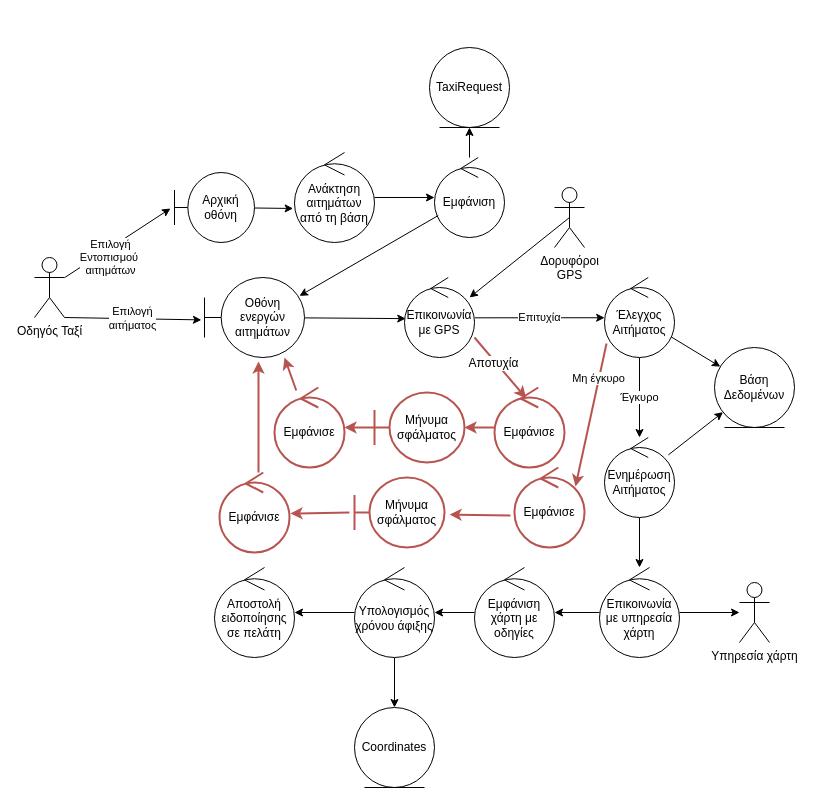
The draw.io diagram Part_2/Robustness/diagrams/08_Αποδοχή_Αιτήματος_Ταξί.drawio in Nikolis2002/texnoligia_logismikou, before the edit. Source tidied: cells renumbered, new cells numbered last; positions are measured from the earlier drawing's top-left corner, leaving out a move shared by most shapes. Both pictures are drawn from the tidied source at 100%, with x=0, y=0 at pixel (34, 47).
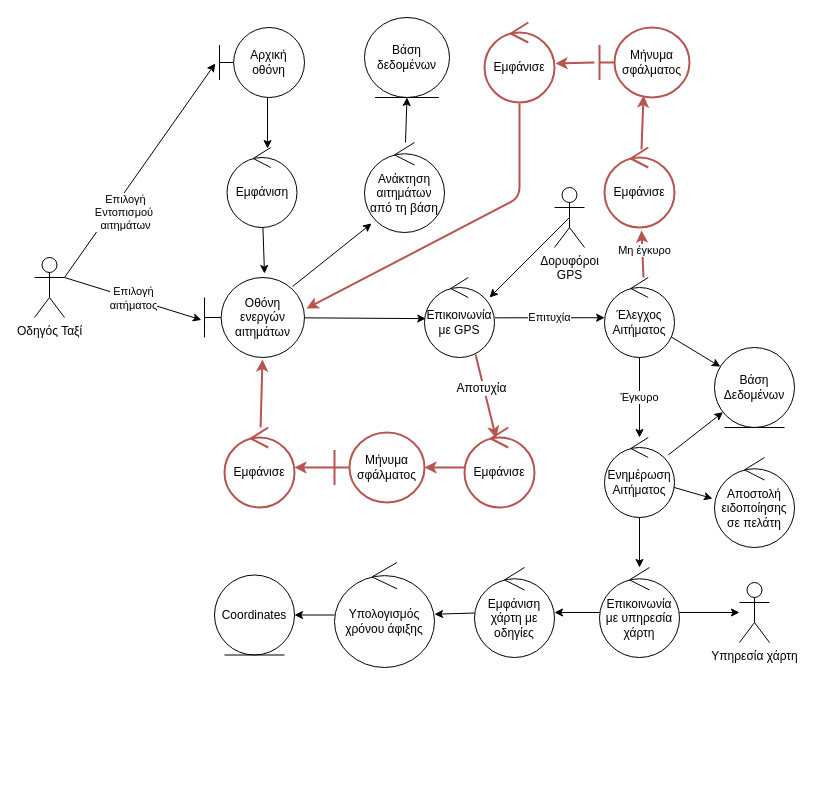
The same diagram, later.

Unchanged cells that the change refers to:
```xml
<mxCell id="5" value="Οδηγός Ταξί" style="shape=umlActor;verticalLabelPosition=bottom;verticalAlign=top;html=1;" parent="1" vertex="1">
  <mxGeometry y="210" width="30" height="60" as="geometry" />
</mxCell>
<mxCell id="7" value="Οθόνη ενεργών αιτημάτων" style="shape=umlBoundary;whiteSpace=wrap;html=1;" parent="1" vertex="1">
  <mxGeometry x="170" y="230" width="100" height="80" as="geometry" />
</mxCell>
<mxCell id="11" value="Έλεγχος Αιτήματος" style="ellipse;shape=umlControl;whiteSpace=wrap;html=1;" parent="1" vertex="1">
  <mxGeometry x="570" y="230" width="70" height="80" as="geometry" />
</mxCell>
<mxCell id="15" value="Ενημέρωση Αιτήματος" style="ellipse;shape=umlControl;whiteSpace=wrap;html=1;" parent="1" vertex="1">
  <mxGeometry x="570" y="390" width="70" height="80" as="geometry" />
</mxCell>
```

Change to the diagram source:
```diff
@@
-    <mxCell id="2" style="edgeStyle=none;html=1;entryX=-0.05;entryY=0.514;entryDx=0;entryDy=0;entryPerimeter=0;" parent="1" edge="1" source="5" target="21">
+    <mxCell id="2" style="edgeStyle=none;html=1;entryX=-0.05;entryY=0.514;entryDx=0;entryDy=0;entryPerimeter=0;exitX=1;exitY=0.3333333333333333;exitDx=0;exitDy=0;exitPerimeter=0;" parent="1" edge="1" source="5" target="21">
       <mxGeometry relative="1" as="geometry" />
     </mxCell>
@@
-    <mxCell id="4" value="Επιλογή&lt;br&gt;αιτήματος" style="edgeStyle=none;html=1;exitX=1;exitY=1;exitDx=0;exitDy=0;exitPerimeter=0;entryX=-0.031;entryY=0.53;entryDx=0;entryDy=0;entryPerimeter=0;" parent="1" edge="1" source="5" target="7">
+    <mxCell id="4" value="Επιλογή&lt;br&gt;αιτήματος" style="edgeStyle=none;html=1;exitX=1;exitY=0.3333333333333333;exitDx=0;exitDy=0;exitPerimeter=0;entryX=-0.031;entryY=0.53;entryDx=0;entryDy=0;entryPerimeter=0;" parent="1" edge="1" source="5" target="7">
       <mxGeometry relative="1" as="geometry" />
     </mxCell>
@@
+    <mxCell id="53" style="edgeStyle=none;html=1;entryX=0.088;entryY=0.9;entryDx=0;entryDy=0;entryPerimeter=0;exitX=0.88;exitY=0.113;exitDx=0;exitDy=0;exitPerimeter=0;" parent="1" edge="1" source="7" target="52">
+      <mxGeometry relative="1" as="geometry" />
+    </mxCell>
@@
+    <mxCell id="54" style="edgeStyle=none;html=1;entryX=-0.025;entryY=0.456;entryDx=0;entryDy=0;entryPerimeter=0;" parent="1" edge="1" source="15" target="50">
+      <mxGeometry relative="1" as="geometry" />
+    </mxCell>
@@
-    <mxCell id="16" style="edgeStyle=none;html=1;entryX=0.5;entryY=1;entryDx=0;entryDy=0;" parent="1" edge="1" source="17" target="23">
-      <mxGeometry relative="1" as="geometry" />
-    </mxCell>
     <mxCell id="17" value="Εμφάνιση" style="ellipse;shape=umlControl;whiteSpace=wrap;html=1;" parent="1" vertex="1">
-      <mxGeometry x="400" y="110" width="70" height="80" as="geometry" />
+      <mxGeometry x="192.5" y="100" width="70" height="80" as="geometry" />
     </mxCell>
@@
-    <mxCell id="20" style="edgeStyle=none;html=1;entryX=-0.017;entryY=0.622;entryDx=0;entryDy=0;entryPerimeter=0;" parent="1" edge="1" source="21" target="52">
-      <mxGeometry relative="1" as="geometry" />
-    </mxCell>
+    <mxCell id="55" style="edgeStyle=none;html=1;entryX=0.579;entryY=0.013;entryDx=0;entryDy=0;entryPerimeter=0;exitX=0.565;exitY=1;exitDx=0;exitDy=0;exitPerimeter=0;" parent="1" edge="1" source="21" target="17">
+      <mxGeometry relative="1" as="geometry" />
+    </mxCell>
     <mxCell id="21" value="Αρχική οθόνη" style="shape=umlBoundary;whiteSpace=wrap;html=1;" parent="1" vertex="1">
-      <mxGeometry x="140" y="125" width="80" height="70" as="geometry" />
+      <mxGeometry x="185" y="-20" width="85" height="70" as="geometry" />
     </mxCell>
-    <mxCell id="22" style="edgeStyle=none;html=1;entryX=0.95;entryY=0.23;entryDx=0;entryDy=0;entryPerimeter=0;" parent="1" edge="1" source="17" target="7">
+    <mxCell id="22" style="edgeStyle=none;html=1;entryX=0.6;entryY=-0.05;entryDx=0;entryDy=0;entryPerimeter=0;" parent="1" edge="1" source="17" target="7">
       <mxGeometry relative="1" as="geometry" />
     </mxCell>
-    <mxCell id="23" value="TaxiRequest" style="ellipse;shape=umlEntity;whiteSpace=wrap;html=1;" parent="1" vertex="1">
-      <mxGeometry x="395" width="80" height="80" as="geometry" />
-    </mxCell>
     <mxCell id="24" value="Επικοινωνία με GPS" style="ellipse;shape=umlControl;whiteSpace=wrap;html=1;" parent="1" vertex="1">
-      <mxGeometry x="370" y="230" width="70" height="80" as="geometry" />
+      <mxGeometry x="390" y="230" width="70" height="80" as="geometry" />
     </mxCell>
-    <mxCell id="25" style="edgeStyle=none;html=1;strokeWidth=2;fontSize=12;fillColor=none;strokeColor=#b85450;exitX=0.029;exitY=0.825;exitDx=0;exitDy=0;exitPerimeter=0;entryX=0.871;entryY=0.238;entryDx=0;entryDy=0;entryPerimeter=0;" parent="1" edge="1" source="11" target="27">
+    <mxCell id="25" style="edgeStyle=none;html=1;strokeWidth=2;fontSize=12;fillColor=none;strokeColor=#b85450;exitX=0.557;exitY=0;exitDx=0;exitDy=0;exitPerimeter=0;entryX=0.529;entryY=1.038;entryDx=0;entryDy=0;entryPerimeter=0;" parent="1" edge="1" source="11" target="27">
       <mxGeometry relative="1" as="geometry" />
     </mxCell>
     <mxCell id="26" value="Μη έγκυρο" style="edgeLabel;html=1;align=center;verticalAlign=middle;" parent="25" vertex="1">
       <mxGeometry x="0.46" y="-3" relative="1" as="geometry">
-        <mxPoint x="17" y="-69" as="offset" />
+        <mxPoint x="-1" y="7" as="offset" />
       </mxGeometry>
     </mxCell>
     <mxCell id="27" value="Εμφάνισε" style="ellipse;shape=umlControl;whiteSpace=wrap;html=1;fillColor=none;strokeColor=#b85450;strokeWidth=2;" parent="1" vertex="1">
-      <mxGeometry x="480" y="420" width="70" height="80" as="geometry" />
+      <mxGeometry x="570" y="100" width="70" height="80" as="geometry" />
     </mxCell>
-    <mxCell id="28" style="edgeStyle=none;html=1;strokeWidth=2;fontSize=12;fillColor=none;strokeColor=#b85450;exitX=-0.057;exitY=0.6;exitDx=0;exitDy=0;exitPerimeter=0;entryX=1.056;entryY=0.529;entryDx=0;entryDy=0;entryPerimeter=0;" parent="1" edge="1" source="27" target="29">
+    <mxCell id="28" style="edgeStyle=none;html=1;strokeWidth=2;fontSize=12;fillColor=none;strokeColor=#b85450;exitX=0.529;exitY=0.025;exitDx=0;exitDy=0;exitPerimeter=0;entryX=0.489;entryY=0.971;entryDx=0;entryDy=0;entryPerimeter=0;" parent="1" edge="1" source="27" target="29">
       <mxGeometry relative="1" as="geometry" />
     </mxCell>
     <mxCell id="29" value="Μήνυμα σφάλματος" style="shape=umlBoundary;whiteSpace=wrap;html=1;fillColor=none;strokeColor=#b85450;strokeWidth=2;" parent="1" vertex="1">
-      <mxGeometry x="320" y="430" width="90" height="70" as="geometry" />
+      <mxGeometry x="565" y="-20" width="90" height="70" as="geometry" />
     </mxCell>
     <mxCell id="30" value="Εμφάνισε" style="ellipse;shape=umlControl;whiteSpace=wrap;html=1;fillColor=none;strokeColor=#b85450;strokeWidth=2;" parent="1" vertex="1">
-      <mxGeometry x="185" y="425" width="70" height="80" as="geometry" />
+      <mxGeometry x="450" y="-25" width="70" height="80" as="geometry" />
     </mxCell>
@@
-    <mxCell id="32" style="edgeStyle=none;html=1;strokeWidth=2;fontSize=12;fillColor=none;strokeColor=#b85450;exitX=0.557;exitY=0;exitDx=0;exitDy=0;exitPerimeter=0;entryX=0.54;entryY=1.05;entryDx=0;entryDy=0;entryPerimeter=0;" parent="1" edge="1" source="30" target="7">
-      <mxGeometry relative="1" as="geometry" />
+    <mxCell id="32" style="edgeStyle=none;html=1;strokeWidth=2;fontSize=12;fillColor=none;strokeColor=#b85450;exitX=0.5;exitY=1.013;exitDx=0;exitDy=0;exitPerimeter=0;entryX=1.02;entryY=0.388;entryDx=0;entryDy=0;entryPerimeter=0;" parent="1" edge="1" source="30" target="7">
+      <mxGeometry relative="1" as="geometry">
+        <Array as="points">
+          <mxPoint x="485" y="150" />
+        </Array>
+      </mxGeometry>
     </mxCell>
-    <mxCell id="33" value="Αποτυχία" style="edgeStyle=none;html=1;strokeWidth=2;fontSize=12;fillColor=none;strokeColor=#b85450;entryX=0.452;entryY=0.134;entryDx=0;entryDy=0;entryPerimeter=0;exitX=1;exitY=0.75;exitDx=0;exitDy=0;exitPerimeter=0;" parent="1" edge="1" source="24" target="35">
+    <mxCell id="33" value="Αποτυχία" style="edgeStyle=none;html=1;strokeWidth=2;fontSize=12;fillColor=none;strokeColor=#b85450;entryX=0.452;entryY=0.134;entryDx=0;entryDy=0;entryPerimeter=0;exitX=0.729;exitY=0.963;exitDx=0;exitDy=0;exitPerimeter=0;" parent="1" edge="1" source="24" target="35">
       <mxGeometry x="-0.2" y="-2" relative="1" as="geometry" />
     </mxCell>
@@
     <mxCell id="35" value="Εμφάνισε" style="ellipse;shape=umlControl;whiteSpace=wrap;html=1;fillColor=none;strokeColor=#b85450;strokeWidth=2;" parent="1" vertex="1">
-      <mxGeometry x="460" y="340" width="70" height="80" as="geometry" />
+      <mxGeometry x="430" y="380" width="70" height="80" as="geometry" />
     </mxCell>
@@
     <mxCell id="37" value="Μήνυμα σφάλματος" style="shape=umlBoundary;whiteSpace=wrap;html=1;fillColor=none;strokeColor=#b85450;strokeWidth=2;" parent="1" vertex="1">
-      <mxGeometry x="340" y="345" width="90" height="70" as="geometry" />
+      <mxGeometry x="300" y="385" width="90" height="70" as="geometry" />
     </mxCell>
-    <mxCell id="38" style="edgeStyle=none;html=1;entryX=0.8;entryY=1;entryDx=0;entryDy=0;entryPerimeter=0;endArrow=classic;endFill=1;fontSize=12;strokeColor=#b85450;strokeWidth=2;fillColor=none;" parent="1" edge="1" source="39" target="7">
+    <mxCell id="38" style="edgeStyle=none;html=1;entryX=0.58;entryY=1.025;entryDx=0;entryDy=0;entryPerimeter=0;endArrow=classic;endFill=1;fontSize=12;strokeColor=#b85450;strokeWidth=2;fillColor=none;" parent="1" edge="1" source="39" target="7">
       <mxGeometry relative="1" as="geometry" />
     </mxCell>
     <mxCell id="39" value="Εμφάνισε" style="ellipse;shape=umlControl;whiteSpace=wrap;html=1;fillColor=none;strokeColor=#b85450;strokeWidth=2;" parent="1" vertex="1">
-      <mxGeometry x="240" y="340" width="70" height="80" as="geometry" />
+      <mxGeometry x="190" y="380" width="70" height="80" as="geometry" />
     </mxCell>
@@
-    <mxCell id="47" style="edgeStyle=none;html=1;endArrow=classic;endFill=1;" parent="1" edge="1" source="48" target="50">
-      <mxGeometry relative="1" as="geometry" />
-    </mxCell>
     <mxCell id="48" value="Υπολογισμός χρόνου άφιξης" style="ellipse;shape=umlControl;whiteSpace=wrap;html=1;" parent="1" vertex="1">
-      <mxGeometry x="320" y="520" width="80" height="90" as="geometry" />
+      <mxGeometry x="300" y="515" width="100" height="105" as="geometry" />
     </mxCell>
     <mxCell id="49" value="Coordinates" style="ellipse;shape=umlEntity;whiteSpace=wrap;html=1;" parent="1" vertex="1">
-      <mxGeometry x="320" y="660" width="80" height="80" as="geometry" />
+      <mxGeometry x="180" y="527.5" width="80" height="80" as="geometry" />
     </mxCell>
     <mxCell id="50" value="Αποστολή ειδοποίησης σε πελάτη" style="ellipse;shape=umlControl;whiteSpace=wrap;html=1;" parent="1" vertex="1">
-      <mxGeometry x="180" y="520" width="80" height="90" as="geometry" />
+      <mxGeometry x="680" y="410" width="80" height="90" as="geometry" />
     </mxCell>
-    <mxCell id="51" style="edgeStyle=none;html=1;" parent="1" edge="1" source="52" target="17">
-      <mxGeometry relative="1" as="geometry" />
-    </mxCell>
+    <mxCell id="56" style="edgeStyle=none;html=1;entryX=0.5;entryY=1;entryDx=0;entryDy=0;" parent="1" edge="1" source="52" target="57">
+      <mxGeometry relative="1" as="geometry" />
+    </mxCell>
     <mxCell id="52" value="Ανάκτηση αιτημάτων από τη βάση" style="ellipse;shape=umlControl;whiteSpace=wrap;html=1;" parent="1" vertex="1">
-      <mxGeometry x="260" y="105" width="80" height="90" as="geometry" />
+      <mxGeometry x="330" y="95" width="80" height="90" as="geometry" />
     </mxCell>
+    <mxCell id="57" value="Βάση δεδομένων" style="ellipse;shape=umlEntity;whiteSpace=wrap;html=1;" parent="1" vertex="1">
+      <mxGeometry x="330" y="-30" width="85" height="80" as="geometry" />
+    </mxCell>
```
